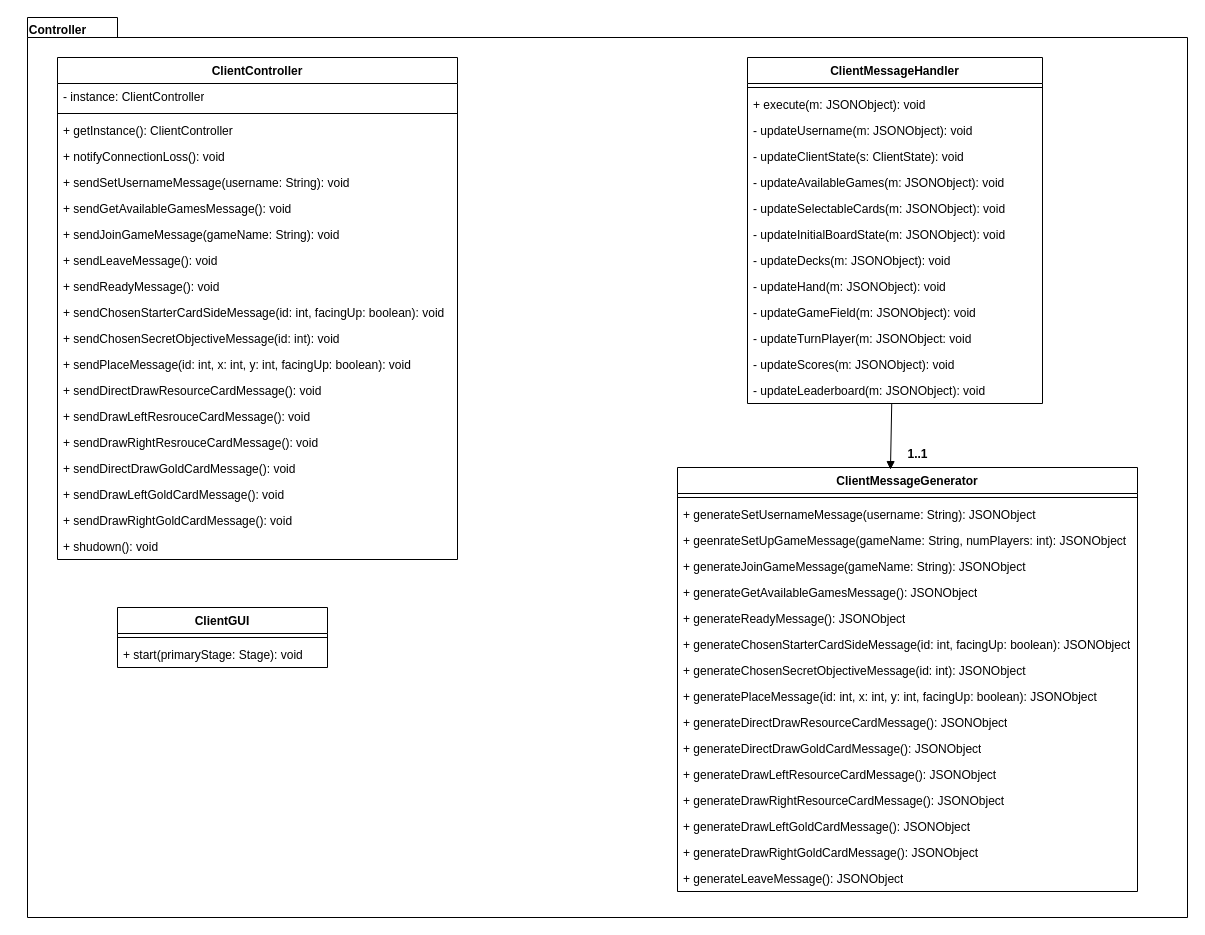
Above: page "ClientController" (9 of 11) of Deliveries/UML/UML.drawio in EliaDallanoce432/IS24-LB08 (draw.io), before the change. Source tidied: cells renumbered, new cells numbered last; positions are measured from the earlier drawing's top-left corner, leaving out a move shared by most shapes. Both pictures are drawn from the tidied source at 100%, with x=0, y=0 at pixel (17, 17).
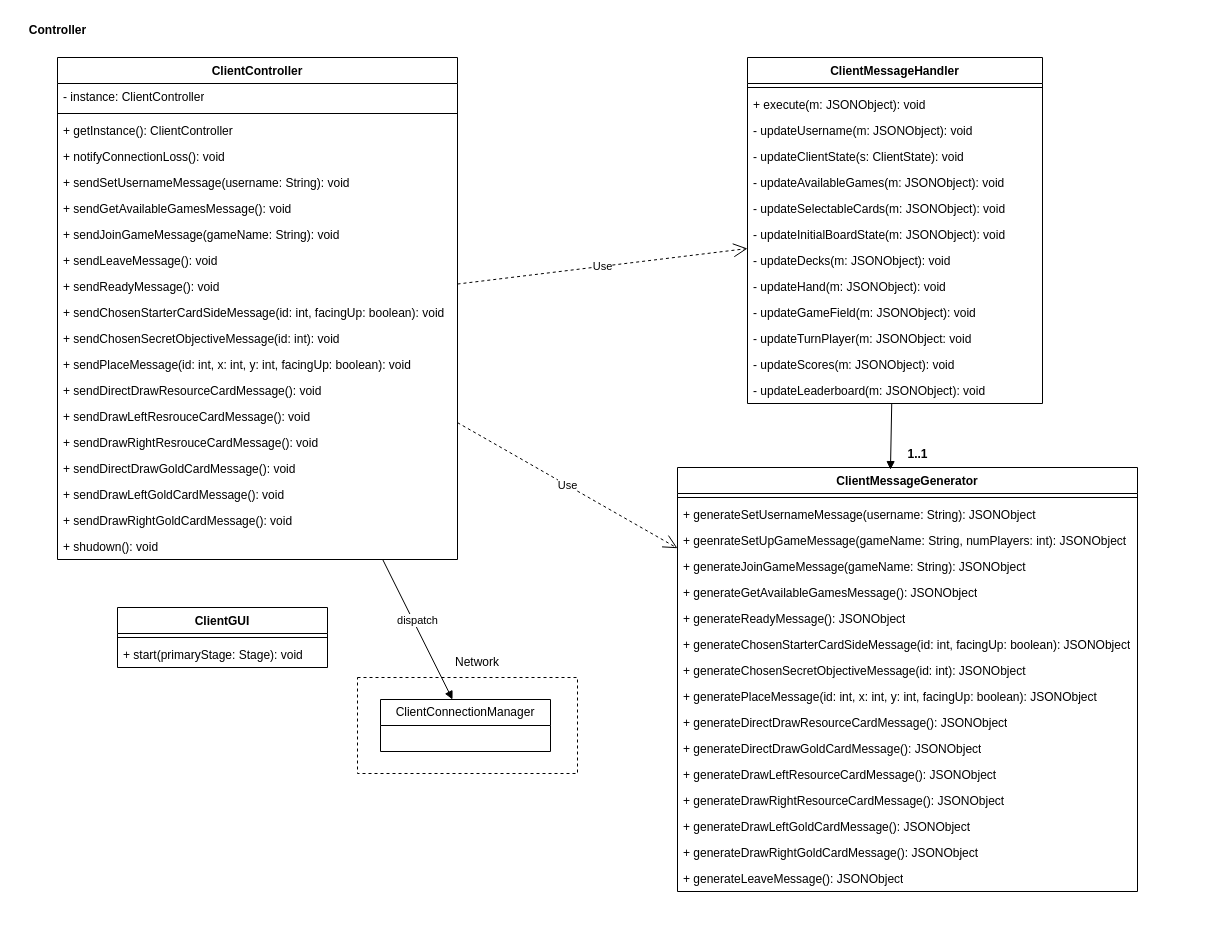
The same diagram, later.

Commit message:
Updated clientcontroller UML

The change refers to these unchanged cells:
```xml
<mxCell id="3" value="ClientController" style="swimlane;fontStyle=1;align=center;verticalAlign=top;horizontal=1;startSize=26;whiteSpace=wrap;html=1;" parent="1" vertex="1">
  <mxGeometry x="40" y="40" width="400" height="502" as="geometry" />
</mxCell>
<mxCell id="27" value="ClientMessageGenerator" style="swimlane;fontStyle=1;align=center;verticalAlign=top;horizontal=1;startSize=26;whiteSpace=wrap;html=1;" parent="1" vertex="1">
  <mxGeometry x="660" y="450" width="460" height="424" as="geometry" />
</mxCell>
<mxCell id="44" value="ClientMessageHandler" style="swimlane;fontStyle=1;align=center;verticalAlign=top;horizontal=1;startSize=26;whiteSpace=wrap;html=1;" parent="1" vertex="1">
  <mxGeometry x="730" y="40" width="295" height="346" as="geometry" />
</mxCell>
```

What changed in the source:
```diff
@@
-    <mxCell id="2" style="shape=folder;fontStyle=1;spacingTop=10;tabWidth=60;tabHeight=20;tabPosition=left;html=1;whiteSpace=wrap;" parent="1" vertex="1">
-      <mxGeometry x="10" width="1160" height="900" as="geometry" />
-    </mxCell>
+    <mxCell id="60" style="rounded=0;whiteSpace=wrap;html=1;dashed=1;" parent="1" vertex="1">
+      <mxGeometry x="340" y="660" width="220" height="96" as="geometry" />
+    </mxCell>
@@
+    <mxCell id="61" value="ClientConnectionManager" style="swimlane;fontStyle=0;horizontal=1;startSize=26;fillColor=none;whiteSpace=wrap;html=1;" parent="1" vertex="1">
+      <mxGeometry x="363" y="682" width="170" height="52" as="geometry" />
+    </mxCell>
+    <mxCell id="62" value="dispatch" style="html=1;verticalAlign=bottom;endArrow=block;curved=0;rounded=0;" parent="1" edge="1" source="3" target="61">
+      <mxGeometry relative="1" as="geometry" />
+    </mxCell>
+    <mxCell id="63" value="Network" style="text;html=1;align=center;verticalAlign=middle;whiteSpace=wrap;rounded=0;" parent="1" vertex="1">
+      <mxGeometry x="430" y="630" width="60" height="30" as="geometry" />
+    </mxCell>
+    <mxCell id="64" value="Use" style="endArrow=open;endSize=12;dashed=1;html=1;rounded=0;" parent="1" edge="1" source="3" target="44">
+      <mxGeometry relative="1" as="geometry" />
+    </mxCell>
+    <mxCell id="65" value="Use" style="endArrow=open;endSize=12;dashed=1;html=1;rounded=0;" parent="1" edge="1" source="3" target="27">
+      <mxGeometry relative="1" as="geometry" />
+    </mxCell>
```
